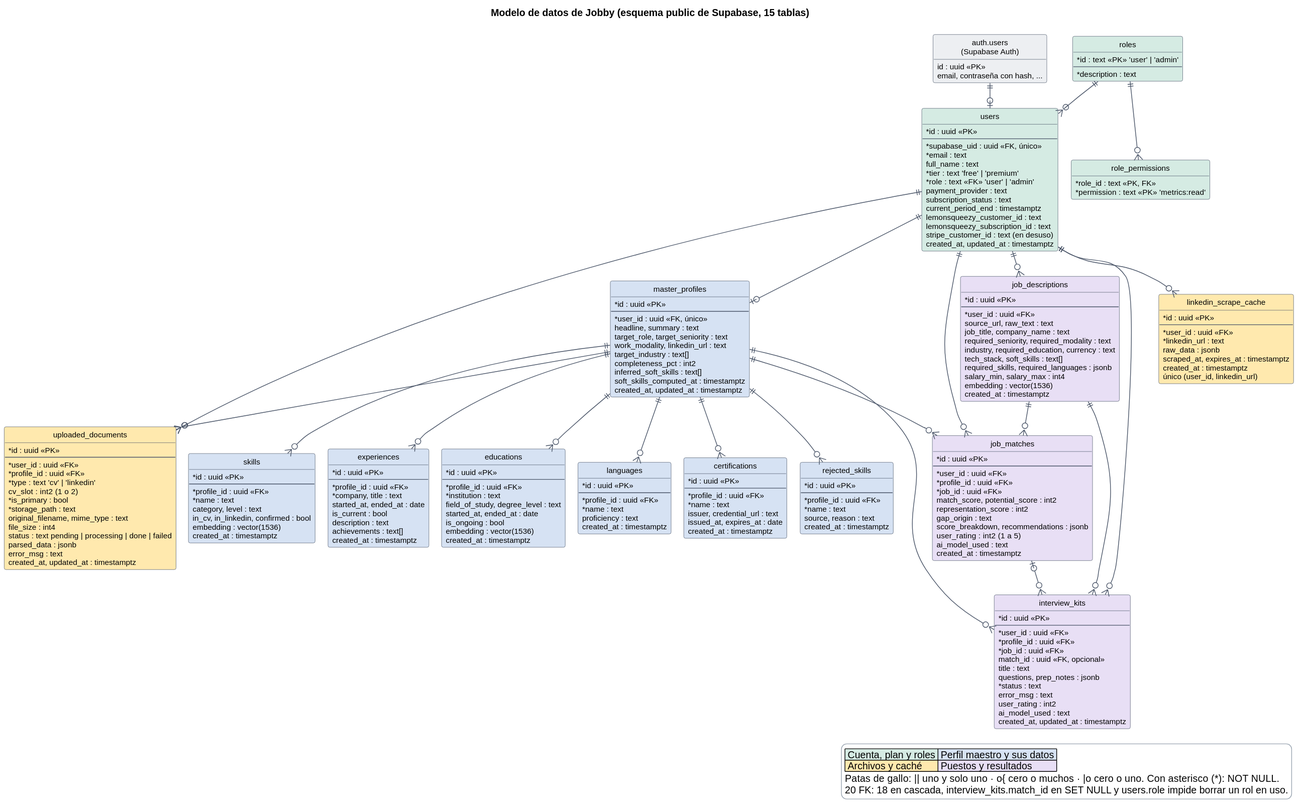
This is docs/diagramas/modelo-entidad-relacion.svg from Buatishi/Jobby, a PlantUML export, as it was before one commit.
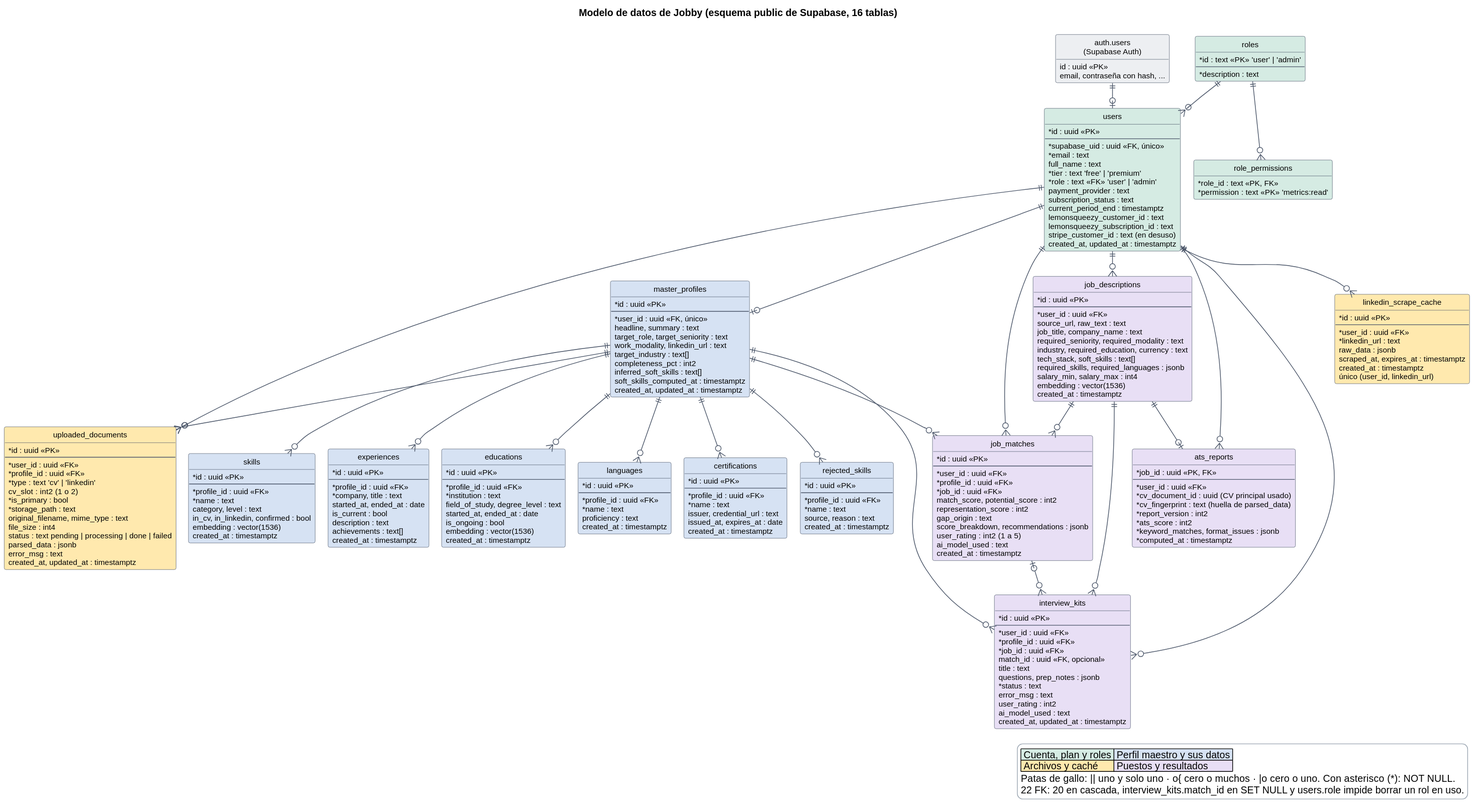
After the commit.

Diff of the diagram source:
```diff
@@ -13,7 +13,7 @@
 skinparam legendBackgroundColor #FFFFFF
 skinparam legendBorderColor #9AA5B1
 
-title Modelo de datos de Jobby (esquema public de Supabase, 15 tablas)
+title Modelo de datos de Jobby (esquema public de Supabase, 16 tablas)
 
 entity "auth.users\n(Supabase Auth)" as authusers #EDEFF2 {
   id : uuid <<PK>>
@@ -172,6 +172,18 @@
   created_at : timestamptz
 }
 
+entity ats_reports #E8DFF5 {
+  * job_id : uuid <<PK, FK>>
+  --
+  * user_id : uuid <<FK>>
+  * cv_document_id : uuid  (CV principal usado)
+  * cv_fingerprint : text  (huella de parsed_data)
+  * report_version : int2
+  * ats_score : int2
+  * keyword_matches, format_issues : jsonb
+  * computed_at : timestamptz
+}
+
 entity interview_kits #E8DFF5 {
   * id : uuid <<PK>>
   --
@@ -219,12 +231,14 @@
 master_profiles ||--o{ interview_kits
 job_descriptions ||--o{ interview_kits
 job_matches |o--o{ interview_kits
+users ||--o{ ats_reports
+job_descriptions ||--o| ats_reports
 users ||--o{ linkedin_scrape_cache
 
 legend right
   |<#D5EBE3> Cuenta, plan y roles |<#D6E2F3> Perfil maestro y sus datos |
   |<#FFE9AE> Archivos y caché |<#E8DFF5> Puestos y resultados |
   Patas de gallo: ||  uno y solo uno · o{  cero o muchos · |o  cero o uno. Con asterisco (*): NOT NULL.
-  20 FK: 18 en cascada, interview_kits.match_id en SET NULL y users.role impide borrar un rol en uso.
+  22 FK: 20 en cascada, interview_kits.match_id en SET NULL y users.role impide borrar un rol en uso.
 endlegend
 @enduml
```
